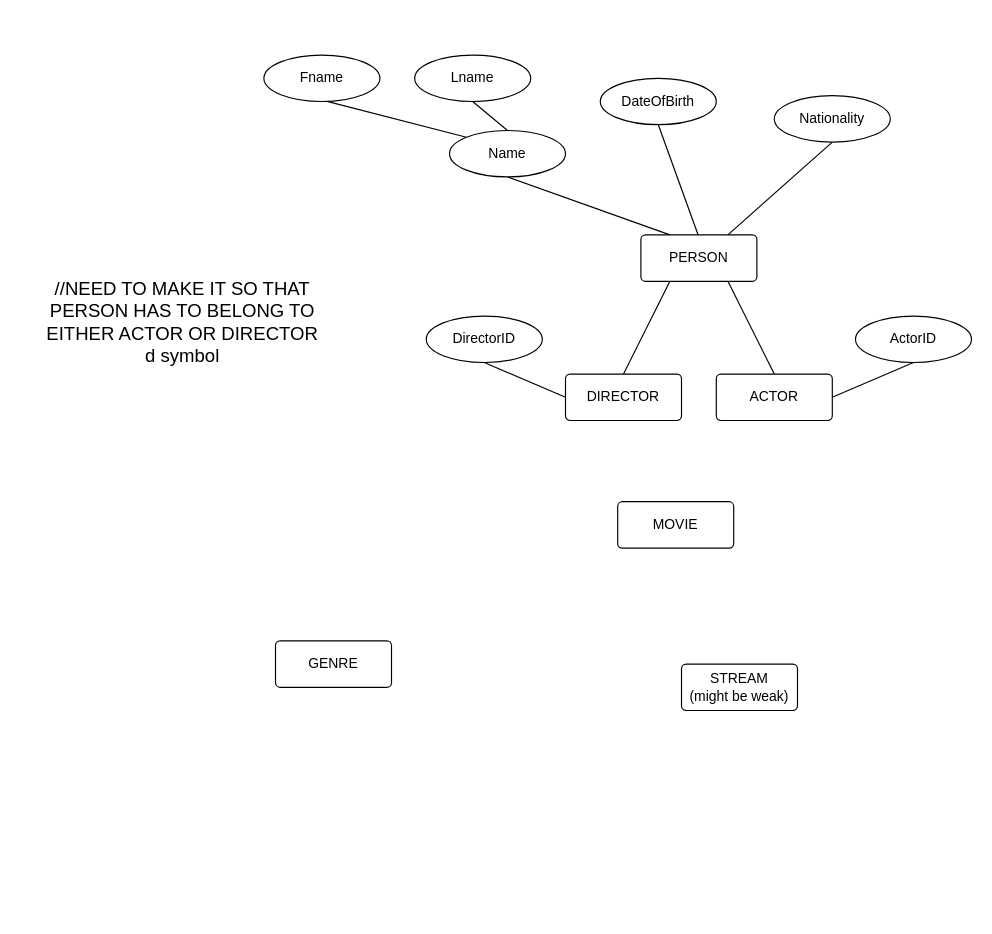
Earlier version of the draw.io diagram MovieBaseEER.drawio (miguelTrC/MovieBaseDB). Source tidied: cells renumbered, new cells numbered last; positions are measured from the earlier drawing's top-left corner, leaving out a move shared by most shapes. Both pictures are drawn from the tidied source at 116%, with x=0, y=0 at pixel (20, 55).
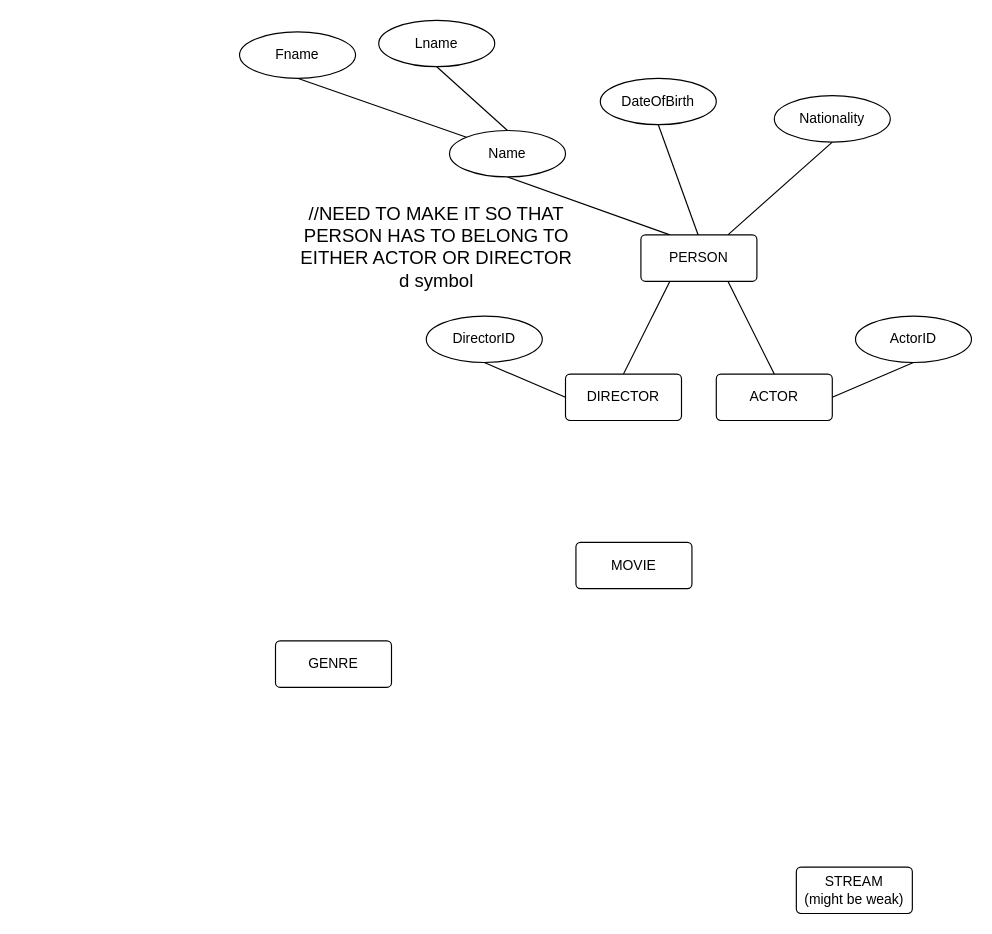
The same page after the edit.

Commit message:
Continuing progess from my EER

Unchanged cells that the change refers to:
```xml
<mxCell id="15" value="Name" style="ellipse;whiteSpace=wrap;html=1;align=center;" parent="1" vertex="1">
  <mxGeometry x="370" y="65" width="100" height="40" as="geometry" />
</mxCell>
```

Change to the diagram source:
```diff
@@
-    <mxCell id="5" style="endArrow=none;html=1;rounded=0;fontSize=12;startSize=8;endSize=8;curved=1;exitX=0;exitY=0;exitDx=0;exitDy=0;entryX=0.469;entryY=0.949;entryDx=0;entryDy=0;entryPerimeter=0;" parent="1" edge="1" source="15" target="18">
+    <mxCell id="5" style="endArrow=none;html=1;rounded=0;fontSize=12;startSize=8;endSize=8;curved=1;exitX=0;exitY=0;exitDx=0;exitDy=0;entryX=0.5;entryY=1;entryDx=0;entryDy=0;" parent="1" edge="1" source="15" target="18">
       <mxGeometry relative="1" as="geometry" />
     </mxCell>
@@
-    <mxCell id="7" value="&lt;div&gt;//NEED TO MAKE IT SO THAT PERSON HAS TO BELONG TO EITHER ACTOR OR DIRECTOR&lt;/div&gt;&lt;div&gt;d symbol&lt;br&gt;&lt;/div&gt;" style="text;html=1;align=center;verticalAlign=middle;whiteSpace=wrap;rounded=0;fontSize=16;" parent="1" vertex="1">
-      <mxGeometry y="215" width="280" height="30" as="geometry" />
+    <mxCell id="7" value="&lt;div&gt;//NEED TO MAKE IT SO THAT PERSON HAS TO BELONG TO EITHER ACTOR OR DIRECTOR&lt;/div&gt;&lt;div&gt;d symbol&lt;/div&gt;&lt;div&gt;&lt;br&gt;&lt;/div&gt;" style="text;html=1;align=center;verticalAlign=middle;whiteSpace=wrap;rounded=0;fontSize=16;" parent="1" vertex="1">
+      <mxGeometry x="219" y="160" width="280" height="30" as="geometry" />
     </mxCell>
@@
     <mxCell id="12" value="MOVIE" style="rounded=1;arcSize=10;whiteSpace=wrap;html=1;align=center;" parent="1" vertex="1">
-      <mxGeometry x="515" y="385" width="100" height="40" as="geometry" />
+      <mxGeometry x="479" y="420" width="100" height="40" as="geometry" />
     </mxCell>
@@
     <mxCell id="14" value="&lt;div&gt;STREAM&lt;/div&gt;&lt;div&gt;(might be weak)&lt;br&gt;&lt;/div&gt;" style="rounded=1;arcSize=10;whiteSpace=wrap;html=1;align=center;" parent="1" vertex="1">
-      <mxGeometry x="570" y="525" width="100" height="40" as="geometry" />
+      <mxGeometry x="669" y="700" width="100" height="40" as="geometry" />
     </mxCell>
@@
     <mxCell id="18" value="Fname" style="ellipse;whiteSpace=wrap;html=1;align=center;" parent="1" vertex="1">
-      <mxGeometry x="210" width="100" height="40" as="geometry" />
+      <mxGeometry x="189" y="-20" width="100" height="40" as="geometry" />
     </mxCell>
     <mxCell id="19" value="Lname" style="ellipse;whiteSpace=wrap;html=1;align=center;" parent="1" vertex="1">
-      <mxGeometry x="340" width="100" height="40" as="geometry" />
+      <mxGeometry x="309" y="-30" width="100" height="40" as="geometry" />
     </mxCell>
```
